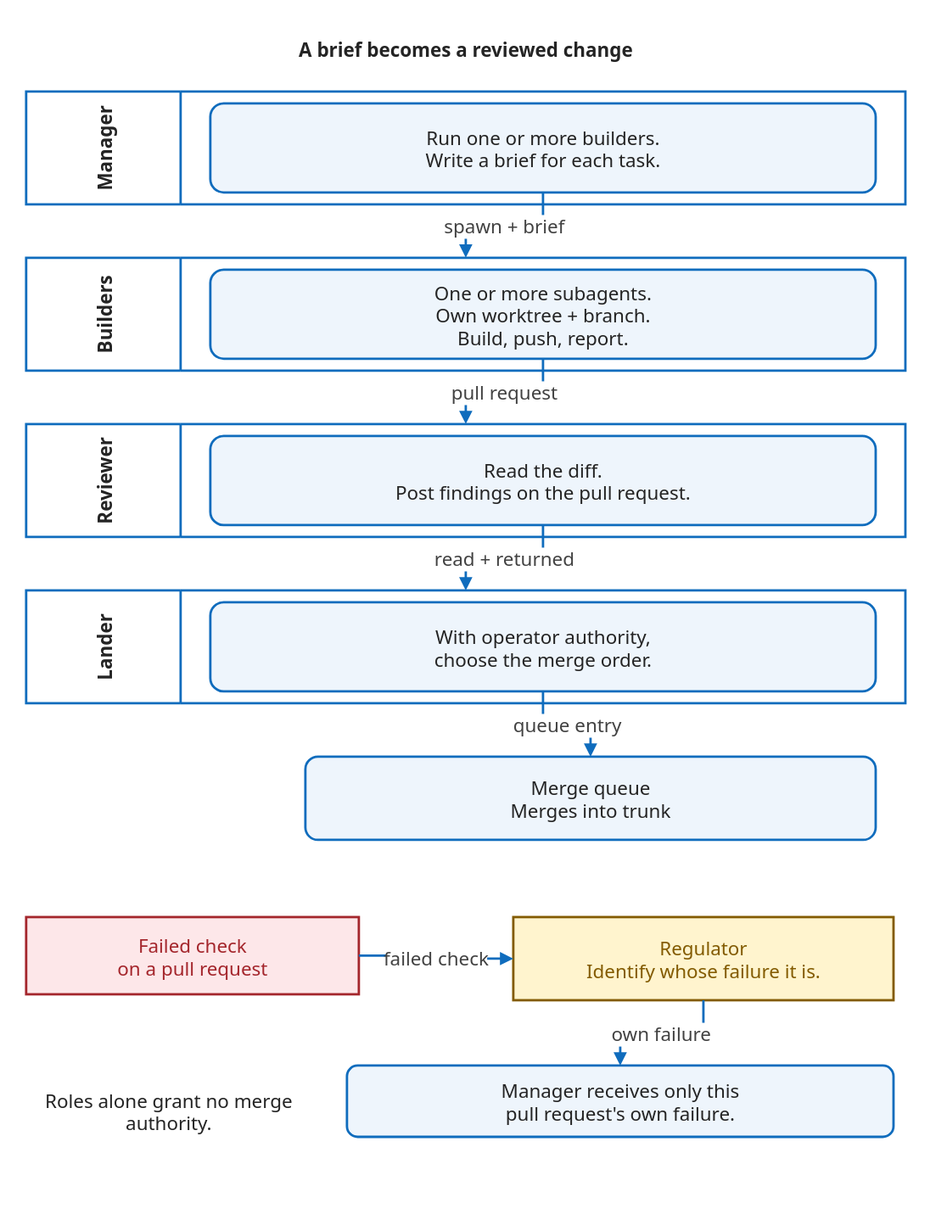
This is docs/assets/diagrams/g04-build-handoffs.svg from wshallwshall/korus, a draw.io export, as it was before one commit. Source tidied: cells renumbered, new cells last; positions are measured from the earlier drawing's top-left corner, leaving out a move shared by most shapes.
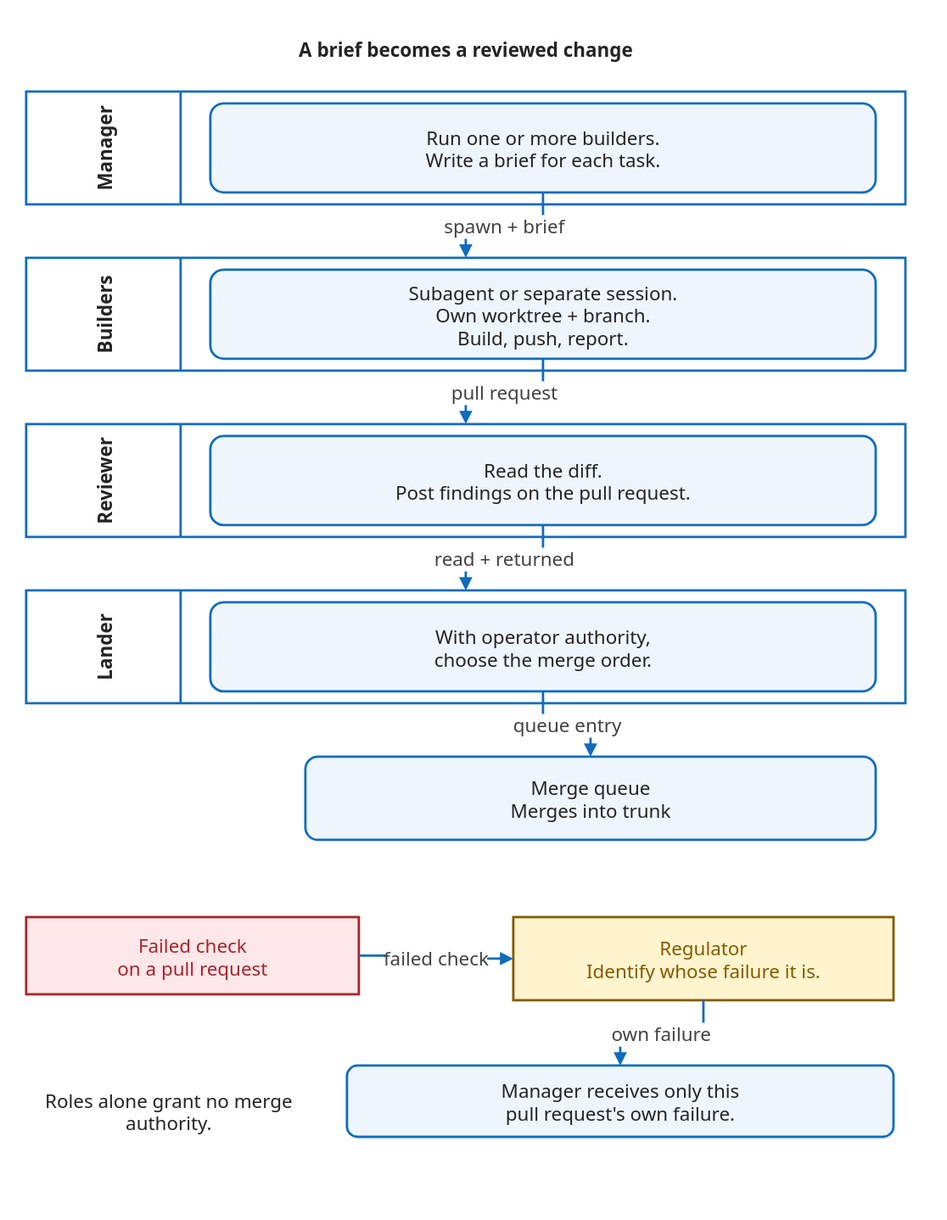
The same file after the commit.

What changed in the source:
```diff
@@ -17,7 +17,7 @@
     <mxCell id="6" value="Builders" style="html=0;fontFamily=Segoe UI,Arial,sans-serif;fontSize=16;fontColor=#242424;strokeColor=#0f6cbd;strokeWidth=2;fillColor=#eef5fc;spacing=10;swimlane;startSize=130;horizontal=0;fillColor=#ffffff;fontFamily=Segoe UI,Arial,sans-serif;fontSize=16;" parent="1" vertex="1">
       <mxGeometry x="10" y="205" width="740" height="95" as="geometry" />
     </mxCell>
-    <mxCell id="7" value="One or more subagents.&#10;Own worktree + branch.&#10;Build, push, report." style="html=0;fontFamily=Segoe UI,Arial,sans-serif;fontSize=16;fontColor=#242424;strokeColor=#0f6cbd;strokeWidth=2;fillColor=#eef5fc;spacing=10;rounded=1;fontFamily=Segoe UI,Arial,sans-serif;fontSize=16;" parent="6" vertex="1">
+    <mxCell id="7" value="Subagent or separate session.&#10;Own worktree + branch.&#10;Build, push, report." style="html=0;fontFamily=Segoe UI,Arial,sans-serif;fontSize=16;fontColor=#242424;strokeColor=#0f6cbd;strokeWidth=2;fillColor=#eef5fc;spacing=10;rounded=1;fontFamily=Segoe UI,Arial,sans-serif;fontSize=16;" parent="6" vertex="1">
       <mxGeometry x="155" y="10" width="560" height="75" as="geometry" />
     </mxCell>
     <mxCell id="8" value="spawn + brief" style="edgeStyle=orthogonalEdgeStyle;rounded=0;html=0;fontFamily=Segoe UI,Arial,sans-serif;fontSize=16;fontColor=#424242;labelBackgroundColor=#ffffff;strokeColor=#0f6cbd;strokeWidth=2;endArrow=block;endFill=1;" parent="1" edge="1" source="5" target="6">
```
